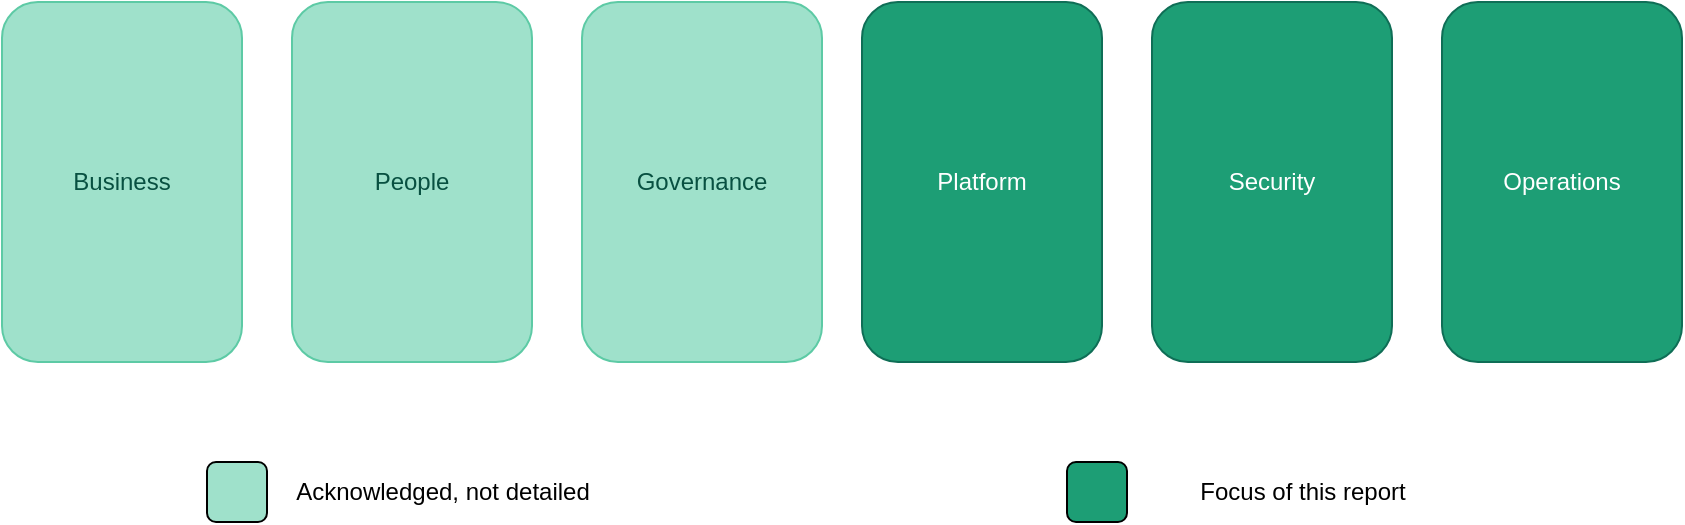
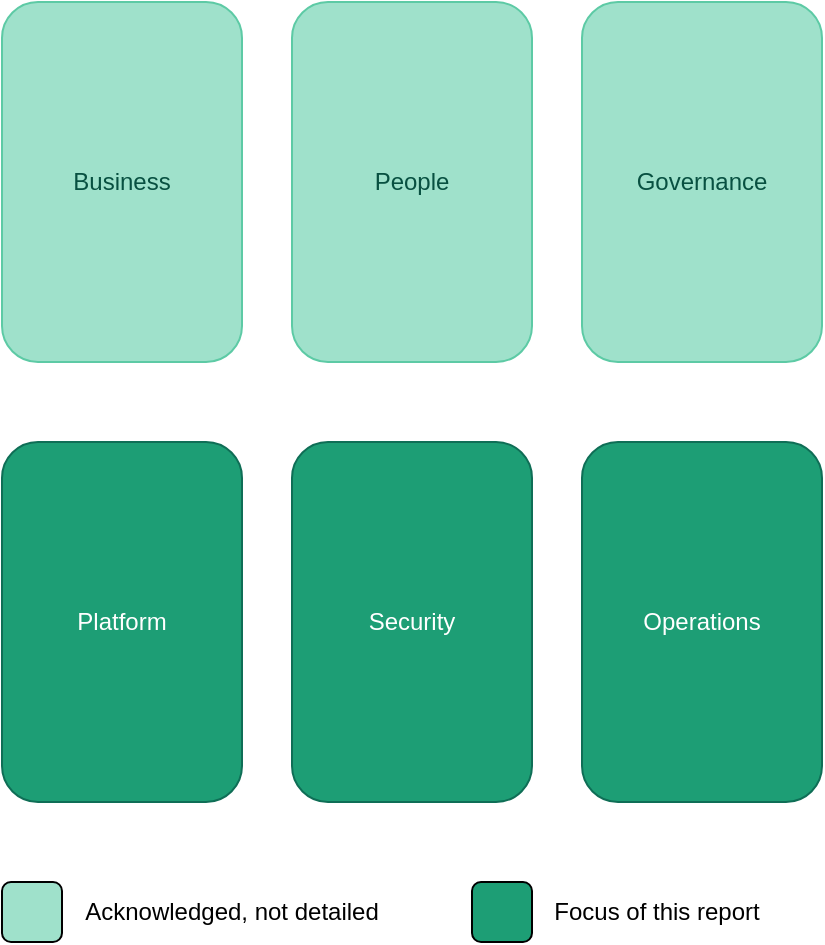
<mxfile host="app.diagrams.net">
  <diagram name="Page-1" id="cO2-TLs6evs9_J_uviOe">
    <mxGraphModel dx="1174" dy="635" grid="1" gridSize="10" guides="1" tooltips="1" connect="1" arrows="1" fold="1" page="1" pageScale="1" pageWidth="850" pageHeight="1100" math="0" shadow="0">
      <root>
        <mxCell id="0" />
        <mxCell id="1" parent="0" />
        <mxCell id="bIzzHaxW_H1xYnhXATZC-2" parent="1" style="rounded=1;whiteSpace=wrap;html=1;fillColor=#9FE1CB;fontColor=#085041;strokeColor=#5DCAA5;" value="Governance" vertex="1">
-           <mxGeometry height="180" width="120" x="290" y="290" as="geometry" />
+           <mxGeometry height="180" width="120" x="510" y="140" as="geometry" />
        </mxCell>
        <mxCell id="bIzzHaxW_H1xYnhXATZC-3" parent="1" style="rounded=1;whiteSpace=wrap;html=1;fillColor=#9FE1CB;fontColor=#085041;strokeColor=#5DCAA5;" value="People" vertex="1">
-           <mxGeometry height="180" width="120" x="145" y="290" as="geometry" />
+           <mxGeometry height="180" width="120" x="365" y="140" as="geometry" />
        </mxCell>
        <mxCell id="bIzzHaxW_H1xYnhXATZC-4" parent="1" style="rounded=1;whiteSpace=wrap;html=1;fillColor=#9FE1CB;fontColor=#085041;strokeColor=#5DCAA5;" value="Business" vertex="1">
-           <mxGeometry height="180" width="120" y="290" as="geometry" />
+           <mxGeometry height="180" width="120" x="220" y="140" as="geometry" />
        </mxCell>
        <mxCell id="bIzzHaxW_H1xYnhXATZC-5" parent="1" style="rounded=1;whiteSpace=wrap;html=1;fillColor=#1D9E75;fontColor=#FFFFFF;strokeColor=#0F6E56;" value="Operations" vertex="1">
-           <mxGeometry height="180" width="120" x="720" y="290" as="geometry" />
+           <mxGeometry height="180" width="120" x="510" y="360" as="geometry" />
        </mxCell>
        <mxCell id="bIzzHaxW_H1xYnhXATZC-6" parent="1" style="rounded=1;whiteSpace=wrap;html=1;fillColor=#1D9E75;fontColor=#FFFFFF;strokeColor=#0F6E56;" value="Platform" vertex="1">
-           <mxGeometry height="180" width="120" x="430" y="290" as="geometry" />
+           <mxGeometry height="180" width="120" x="220" y="360" as="geometry" />
        </mxCell>
        <mxCell id="bIzzHaxW_H1xYnhXATZC-7" parent="1" style="rounded=1;whiteSpace=wrap;html=1;fillColor=#1D9E75;fontColor=#FFFFFF;strokeColor=#0F6E56;" value="Security" vertex="1">
-           <mxGeometry height="180" width="120" x="575" y="290" as="geometry" />
+           <mxGeometry height="180" width="120" x="365" y="360" as="geometry" />
        </mxCell>
        <mxCell id="bIzzHaxW_H1xYnhXATZC-8" parent="1" style="rounded=1;whiteSpace=wrap;html=1;fillColor=#9FE1CB;" value="" vertex="1">
-           <mxGeometry height="30" width="30" x="102.5" y="520" as="geometry" />
+           <mxGeometry height="30" width="30" x="220" y="580" as="geometry" />
        </mxCell>
        <mxCell id="bIzzHaxW_H1xYnhXATZC-9" parent="1" style="rounded=1;whiteSpace=wrap;html=1;fillColor=#1D9E75;" value="" vertex="1">
-           <mxGeometry height="30" width="30" x="532.5" y="520" as="geometry" />
+           <mxGeometry height="30" width="30" x="455" y="580" as="geometry" />
        </mxCell>
        <mxCell id="bIzzHaxW_H1xYnhXATZC-11" parent="1" style="text;html=1;whiteSpace=wrap;strokeColor=none;fillColor=none;align=center;verticalAlign=middle;rounded=0;" value="Acknowledged, not detailed" vertex="1">
-           <mxGeometry height="30" width="175" x="132.5" y="520" as="geometry" />
+           <mxGeometry height="30" width="170" x="250" y="580" as="geometry" />
        </mxCell>
        <mxCell id="bIzzHaxW_H1xYnhXATZC-13" parent="1" style="text;html=1;whiteSpace=wrap;strokeColor=none;fillColor=none;align=center;verticalAlign=middle;rounded=0;" value="Focus of this report" vertex="1">
-           <mxGeometry height="30" width="175" x="562.5" y="520" as="geometry" />
+           <mxGeometry height="30" width="125" x="485" y="580" as="geometry" />
        </mxCell>
      </root>
    </mxGraphModel>
  </diagram>
</mxfile>
